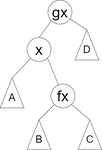
This is splay_4.png from xglight/photo, a draw.io export, as it was before one commit. Source tidied: cells renumbered, new cells last; positions are measured from the earlier drawing's top-left corner, leaving out a move shared by most shapes. Its diagram source:
```xml
<mxGraphModel>
  <root>
    <mxCell id="0" />
    <mxCell id="1" parent="0" />
    <mxCell id="2" value="x" style="ellipse;whiteSpace=wrap;html=1;fontSize=50;" parent="1" vertex="1">
      <mxGeometry x="100" y="125" width="80" height="80" as="geometry" />
    </mxCell>
    <mxCell id="3" value="fx" style="ellipse;whiteSpace=wrap;html=1;fontSize=50;" parent="1" vertex="1">
      <mxGeometry x="180" y="280" width="80" height="80" as="geometry" />
    </mxCell>
    <mxCell id="4" value="gx" style="ellipse;whiteSpace=wrap;html=1;fontSize=50;" parent="1" vertex="1">
      <mxGeometry x="170" width="80" height="80" as="geometry" />
    </mxCell>
    <mxCell id="5" style="endArrow=none;html=1;rounded=0;entryX=1;entryY=1;entryDx=0;entryDy=0;" parent="1" edge="1" source="3" target="2">
      <mxGeometry relative="1" as="geometry" />
    </mxCell>
    <mxCell id="6" style="triangle;whiteSpace=wrap;html=1;rotation=-90;" parent="1" vertex="1">
      <mxGeometry y="270" width="100" height="80" as="geometry" />
    </mxCell>
    <mxCell id="7" value="&lt;font style=&quot;font-size: 34px;&quot;&gt;A&lt;/font&gt;" style="text;html=1;align=center;verticalAlign=middle;whiteSpace=wrap;rounded=0;" parent="1" vertex="1">
      <mxGeometry x="20" y="310" width="60" height="30" as="geometry" />
    </mxCell>
    <mxCell id="8" style="triangle;whiteSpace=wrap;html=1;rotation=-90;" parent="1" vertex="1">
      <mxGeometry x="90" y="410" width="100" height="80" as="geometry" />
    </mxCell>
    <mxCell id="9" value="&lt;font style=&quot;font-size: 34px;&quot;&gt;B&lt;/font&gt;" style="text;html=1;align=center;verticalAlign=middle;whiteSpace=wrap;rounded=0;" parent="1" vertex="1">
      <mxGeometry x="110" y="450" width="60" height="30" as="geometry" />
    </mxCell>
    <mxCell id="10" style="triangle;whiteSpace=wrap;html=1;rotation=-90;" parent="1" vertex="1">
      <mxGeometry x="260" y="410" width="100" height="80" as="geometry" />
    </mxCell>
    <mxCell id="11" value="&lt;span style=&quot;font-size: 34px;&quot;&gt;C&lt;/span&gt;" style="text;html=1;align=center;verticalAlign=middle;whiteSpace=wrap;rounded=0;" parent="1" vertex="1">
      <mxGeometry x="280" y="450" width="60" height="30" as="geometry" />
    </mxCell>
    <mxCell id="12" style="triangle;whiteSpace=wrap;html=1;rotation=-90;" parent="1" vertex="1">
      <mxGeometry x="250" y="110" width="100" height="80" as="geometry" />
    </mxCell>
    <mxCell id="13" value="&lt;font style=&quot;font-size: 34px;&quot;&gt;D&lt;/font&gt;" style="text;html=1;align=center;verticalAlign=middle;whiteSpace=wrap;rounded=0;" parent="1" vertex="1">
      <mxGeometry x="270" y="150" width="60" height="30" as="geometry" />
    </mxCell>
    <mxCell id="14" style="endArrow=none;html=1;rounded=0;exitX=1;exitY=0.5;exitDx=0;exitDy=0;" parent="1" edge="1" source="6" target="2">
      <mxGeometry relative="1" as="geometry" />
    </mxCell>
    <mxCell id="15" style="endArrow=none;html=1;rounded=0;entryX=0;entryY=1;entryDx=0;entryDy=0;exitX=1;exitY=0.5;exitDx=0;exitDy=0;" parent="1" edge="1" source="8" target="3">
      <mxGeometry relative="1" as="geometry" />
    </mxCell>
    <mxCell id="16" style="endArrow=none;html=1;rounded=0;entryX=1;entryY=1;entryDx=0;entryDy=0;exitX=1;exitY=0.5;exitDx=0;exitDy=0;" parent="1" edge="1" source="10" target="3">
      <mxGeometry relative="1" as="geometry" />
    </mxCell>
    <mxCell id="17" style="endArrow=none;html=1;rounded=0;exitX=1;exitY=0.5;exitDx=0;exitDy=0;" parent="1" edge="1" source="12" target="4">
      <mxGeometry relative="1" as="geometry" />
    </mxCell>
    <mxCell id="18" style="endArrow=none;html=1;rounded=0;exitX=0.5;exitY=0;exitDx=0;exitDy=0;entryX=0;entryY=1;entryDx=0;entryDy=0;" parent="1" edge="1" source="2" target="4">
      <mxGeometry relative="1" as="geometry" />
    </mxCell>
  </root>
</mxGraphModel>
```
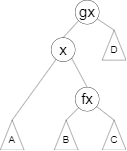
After the change.

The edit, as a diff of the source:
```diff
@@ -3,22 +3,22 @@
     <mxCell id="0" />
     <mxCell id="1" parent="0" />
     <mxCell id="2" value="x" style="ellipse;whiteSpace=wrap;html=1;fontSize=50;" parent="1" vertex="1">
-      <mxGeometry x="100" y="125" width="80" height="80" as="geometry" />
+      <mxGeometry x="90" y="125" width="80" height="80" as="geometry" />
     </mxCell>
     <mxCell id="3" value="fx" style="ellipse;whiteSpace=wrap;html=1;fontSize=50;" parent="1" vertex="1">
-      <mxGeometry x="180" y="280" width="80" height="80" as="geometry" />
+      <mxGeometry x="170" y="290" width="80" height="80" as="geometry" />
     </mxCell>
     <mxCell id="4" value="gx" style="ellipse;whiteSpace=wrap;html=1;fontSize=50;" parent="1" vertex="1">
       <mxGeometry x="170" width="80" height="80" as="geometry" />
     </mxCell>
-    <mxCell id="5" style="endArrow=none;html=1;rounded=0;entryX=1;entryY=1;entryDx=0;entryDy=0;" parent="1" edge="1" source="3" target="2">
+    <mxCell id="5" style="endArrow=none;html=1;rounded=0;exitX=0.5;exitY=0;exitDx=0;exitDy=0;entryX=1;entryY=1;entryDx=0;entryDy=0;" parent="1" edge="1" source="3" target="2">
       <mxGeometry relative="1" as="geometry" />
     </mxCell>
     <mxCell id="6" style="triangle;whiteSpace=wrap;html=1;rotation=-90;" parent="1" vertex="1">
-      <mxGeometry y="270" width="100" height="80" as="geometry" />
+      <mxGeometry x="-90" y="410" width="100" height="80" as="geometry" />
     </mxCell>
     <mxCell id="7" value="&lt;font style=&quot;font-size: 34px;&quot;&gt;A&lt;/font&gt;" style="text;html=1;align=center;verticalAlign=middle;whiteSpace=wrap;rounded=0;" parent="1" vertex="1">
-      <mxGeometry x="20" y="310" width="60" height="30" as="geometry" />
+      <mxGeometry x="-70" y="450" width="60" height="30" as="geometry" />
     </mxCell>
     <mxCell id="8" style="triangle;whiteSpace=wrap;html=1;rotation=-90;" parent="1" vertex="1">
       <mxGeometry x="90" y="410" width="100" height="80" as="geometry" />
@@ -27,10 +27,10 @@
       <mxGeometry x="110" y="450" width="60" height="30" as="geometry" />
     </mxCell>
     <mxCell id="10" style="triangle;whiteSpace=wrap;html=1;rotation=-90;" parent="1" vertex="1">
-      <mxGeometry x="260" y="410" width="100" height="80" as="geometry" />
+      <mxGeometry x="250" y="410" width="100" height="80" as="geometry" />
     </mxCell>
     <mxCell id="11" value="&lt;span style=&quot;font-size: 34px;&quot;&gt;C&lt;/span&gt;" style="text;html=1;align=center;verticalAlign=middle;whiteSpace=wrap;rounded=0;" parent="1" vertex="1">
-      <mxGeometry x="280" y="450" width="60" height="30" as="geometry" />
+      <mxGeometry x="270" y="450" width="60" height="30" as="geometry" />
     </mxCell>
     <mxCell id="12" style="triangle;whiteSpace=wrap;html=1;rotation=-90;" parent="1" vertex="1">
       <mxGeometry x="250" y="110" width="100" height="80" as="geometry" />
@@ -41,16 +41,16 @@
     <mxCell id="14" style="endArrow=none;html=1;rounded=0;exitX=1;exitY=0.5;exitDx=0;exitDy=0;" parent="1" edge="1" source="6" target="2">
       <mxGeometry relative="1" as="geometry" />
     </mxCell>
-    <mxCell id="15" style="endArrow=none;html=1;rounded=0;entryX=0;entryY=1;entryDx=0;entryDy=0;exitX=1;exitY=0.5;exitDx=0;exitDy=0;" parent="1" edge="1" source="8" target="3">
+    <mxCell id="15" style="endArrow=none;html=1;rounded=0;exitX=1;exitY=0.5;exitDx=0;exitDy=0;" parent="1" edge="1" source="8" target="3">
       <mxGeometry relative="1" as="geometry" />
     </mxCell>
-    <mxCell id="16" style="endArrow=none;html=1;rounded=0;entryX=1;entryY=1;entryDx=0;entryDy=0;exitX=1;exitY=0.5;exitDx=0;exitDy=0;" parent="1" edge="1" source="10" target="3">
+    <mxCell id="16" style="endArrow=none;html=1;rounded=0;exitX=1;exitY=0.5;exitDx=0;exitDy=0;" parent="1" edge="1" source="10" target="3">
       <mxGeometry relative="1" as="geometry" />
     </mxCell>
     <mxCell id="17" style="endArrow=none;html=1;rounded=0;exitX=1;exitY=0.5;exitDx=0;exitDy=0;" parent="1" edge="1" source="12" target="4">
       <mxGeometry relative="1" as="geometry" />
     </mxCell>
-    <mxCell id="18" style="endArrow=none;html=1;rounded=0;exitX=0.5;exitY=0;exitDx=0;exitDy=0;entryX=0;entryY=1;entryDx=0;entryDy=0;" parent="1" edge="1" source="2" target="4">
+    <mxCell id="18" style="endArrow=none;html=1;rounded=0;entryX=0;entryY=1;entryDx=0;entryDy=0;exitX=0.5;exitY=0;exitDx=0;exitDy=0;" parent="1" edge="1" source="2" target="4">
       <mxGeometry relative="1" as="geometry" />
     </mxCell>
   </root>
```
